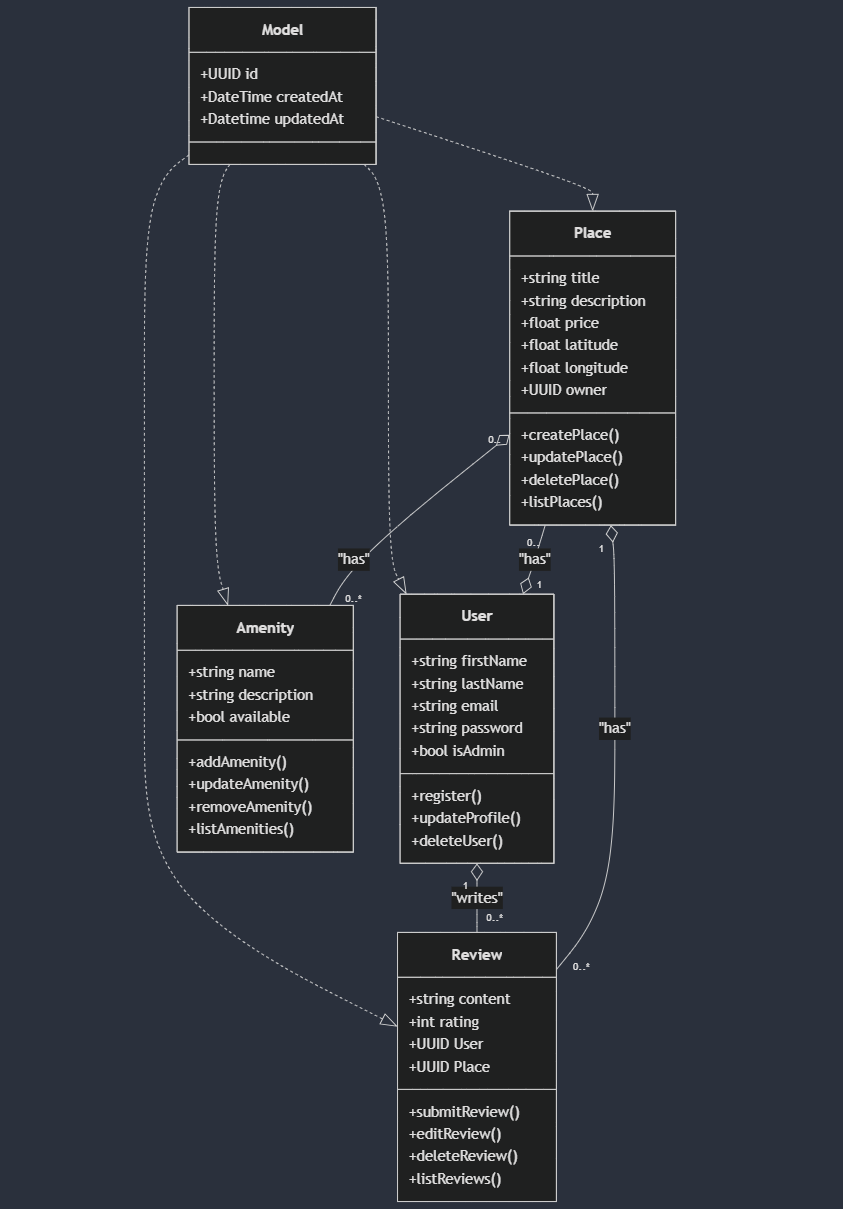
Before: class.png, a diagram exported from Mermaid (sebgrgs/Holberton-school-AirBNB). Its source is kept beside it as class.mmd. The source it was exported from:
```mermaid
classDiagram
direction TB
    class Model {
	    +UUID id
	    +DateTime createdAt
	    +Datetime updatedAt
    }

    class User {
	    +string firstName
	    +string lastName
	    +string email
	    +string password
	    +bool isAdmin
	    +register()
	    +updateProfile()
	    +deleteUser()
    }

    class Place {
	    +string title
	    +string description
	    +float price
	    +float latitude
	    +float longitude
	    +UUID owner
	    +createPlace()
	    +updatePlace()
	    +deletePlace()
	    +listPlaces()
    }

    class Review {
	    +string content
	    +int rating
	    +UUID User
	    +UUID Place
	    +submitReview()
	    +editReview()
	    +deleteReview()
	    +listReviews()
    }

    class Amenity {
	    +string name
	    +string description
	    +bool available
	    +addAmenity()
	    +updateAmenity()
	    +removeAmenity()
	    +listAmenities()
    }

    Model ..|> User
    Model ..|> Place
    Model ..|> Review
    Model ..|> Amenity
    User "1" o-- "0..*" Review : "writes"
    Place "0.." --o "1" User : "has"
    Place "1" o-- "0..*" Review : "has"
    Place "0.." o-- "0..*" Amenity : "has"
```
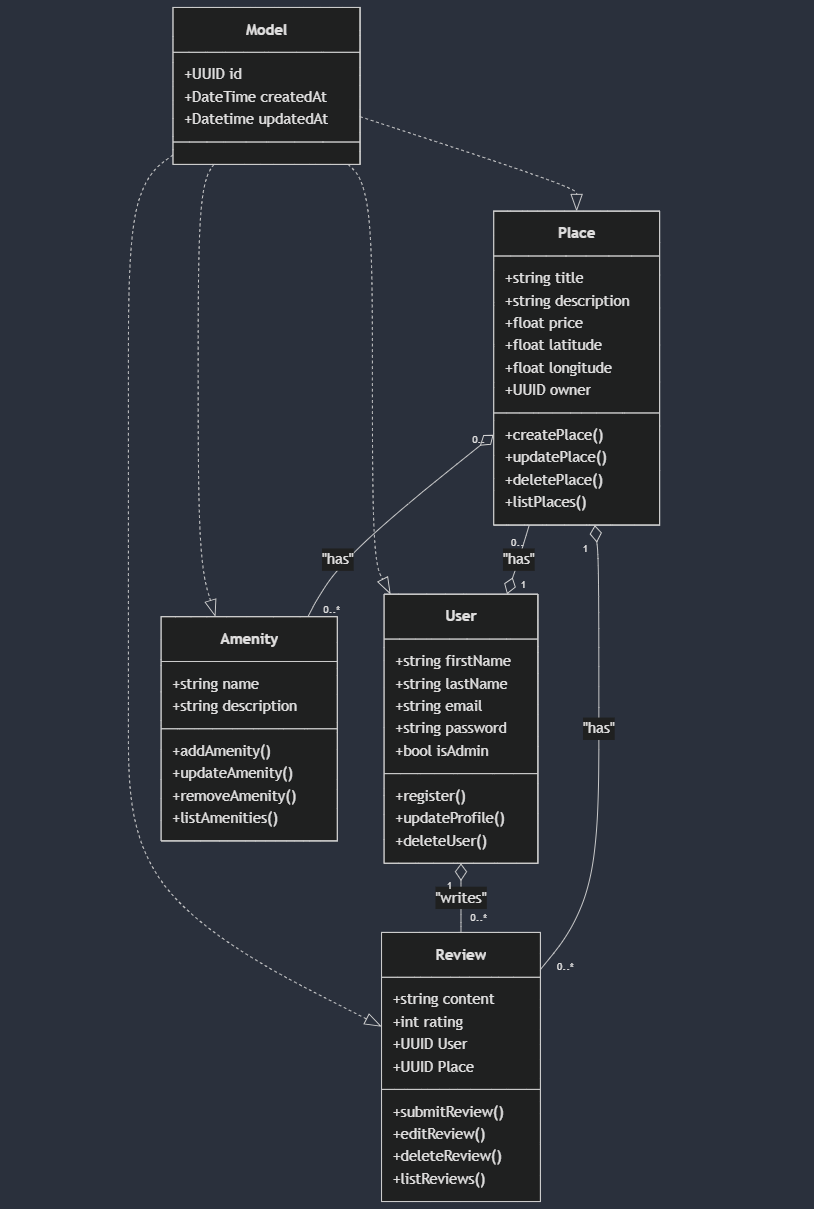
Later version of the same file.

Commit message:
class diagram

The edit, as a diff of the source:
```diff
@@ -44,7 +44,6 @@
     class Amenity {
 	    +string name
 	    +string description
-	    +bool available
 	    +addAmenity()
 	    +updateAmenity()
 	    +removeAmenity()
```
